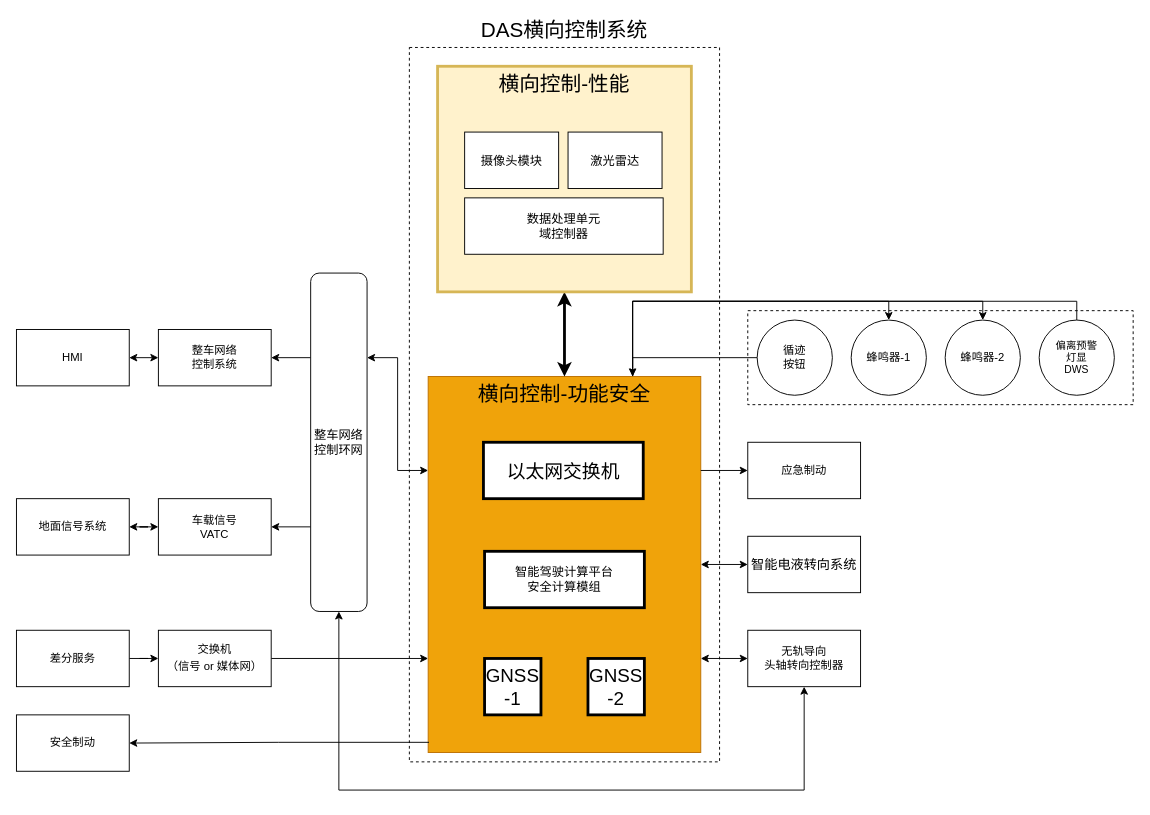
Above: page "横向控制安全部分与外部系统关联关系图" (6 of 9) of 马来DAS系统关联关系图.drawio in FrankWong-cs/SharingwithColleagues (draw.io), before the change. Source tidied: cells renumbered, new cells numbered last; positions are measured from the earlier drawing's top-left corner, leaving out a move shared by most shapes. Both pictures are drawn from the tidied source at 94%, with x=0, y=0 at pixel (16, 16).
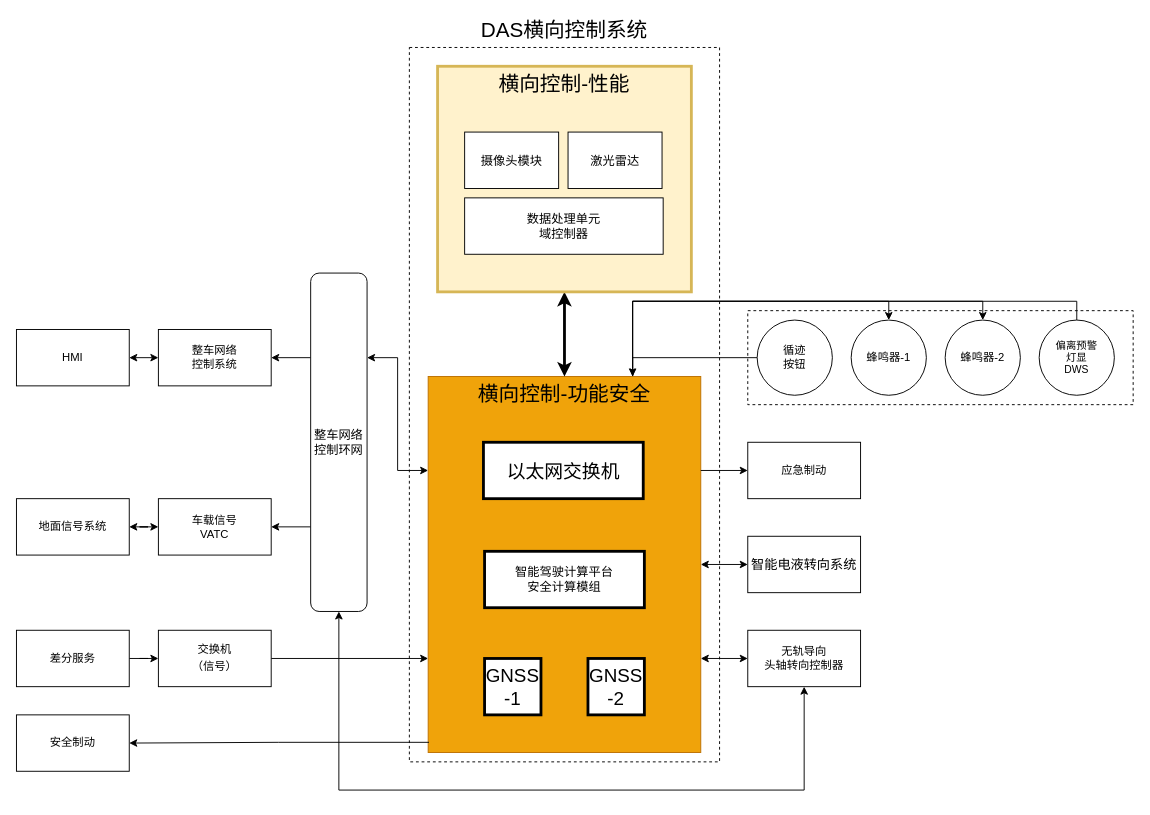
The same page after the edit.

The edit, as a diff of the source:
```diff
@@
-    <mxCell id="42" value="交换机&lt;br&gt;（信号 or 媒体网）&lt;span style=&quot;font-size: medium; text-align: start;&quot;&gt;&lt;/span&gt;" style="rounded=0;whiteSpace=wrap;html=1;" parent="1" vertex="1">
+    <mxCell id="42" value="交换机&lt;br&gt;（信号）&lt;span style=&quot;font-size: medium; text-align: start;&quot;&gt;&lt;/span&gt;" style="rounded=0;whiteSpace=wrap;html=1;" parent="1" vertex="1">
       <mxGeometry x="151" y="653" width="120" height="60" as="geometry" />
     </mxCell>
```
